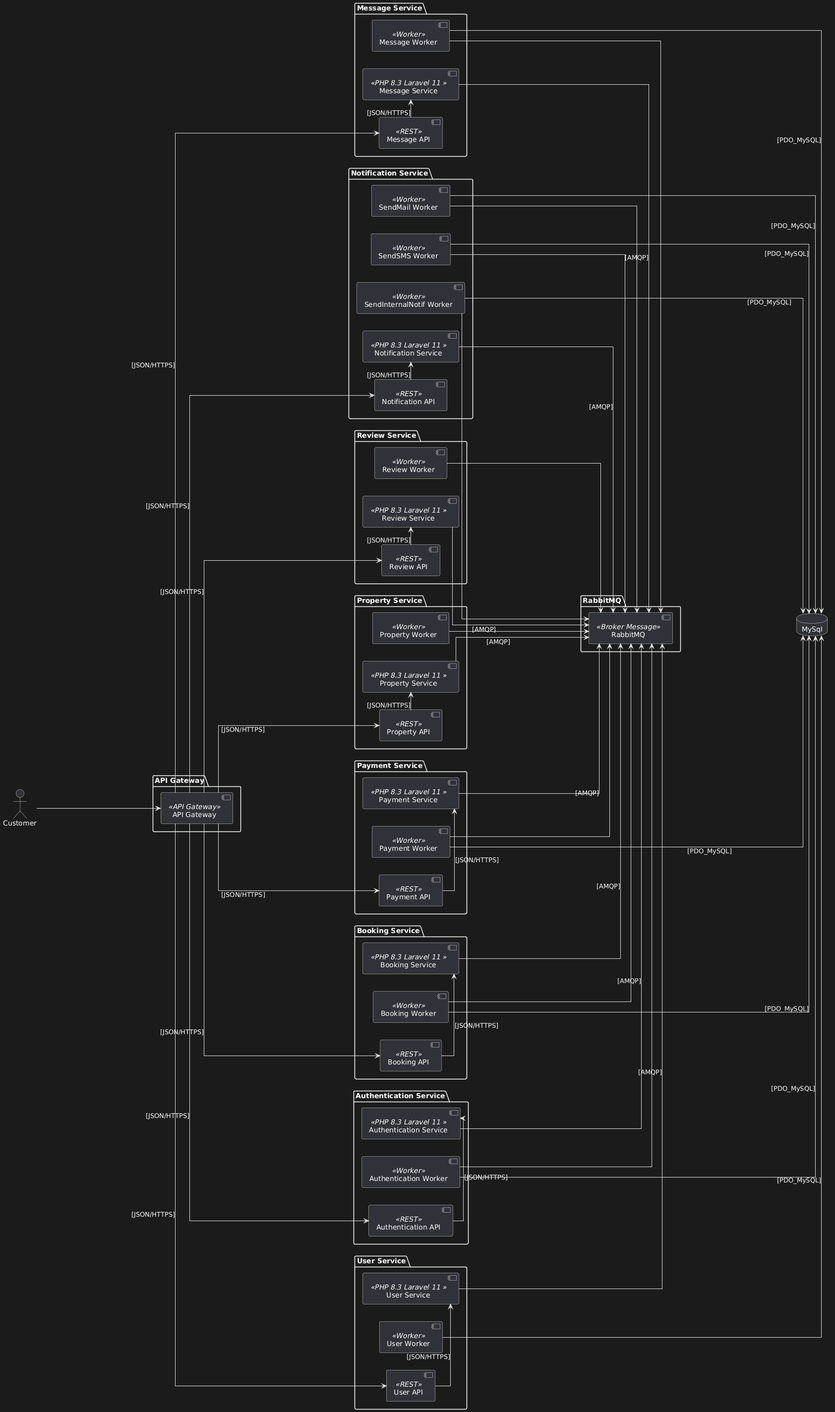
Before: Chart/contexte.png, a diagram exported from PlantUML (SamS-G/airBnSam).
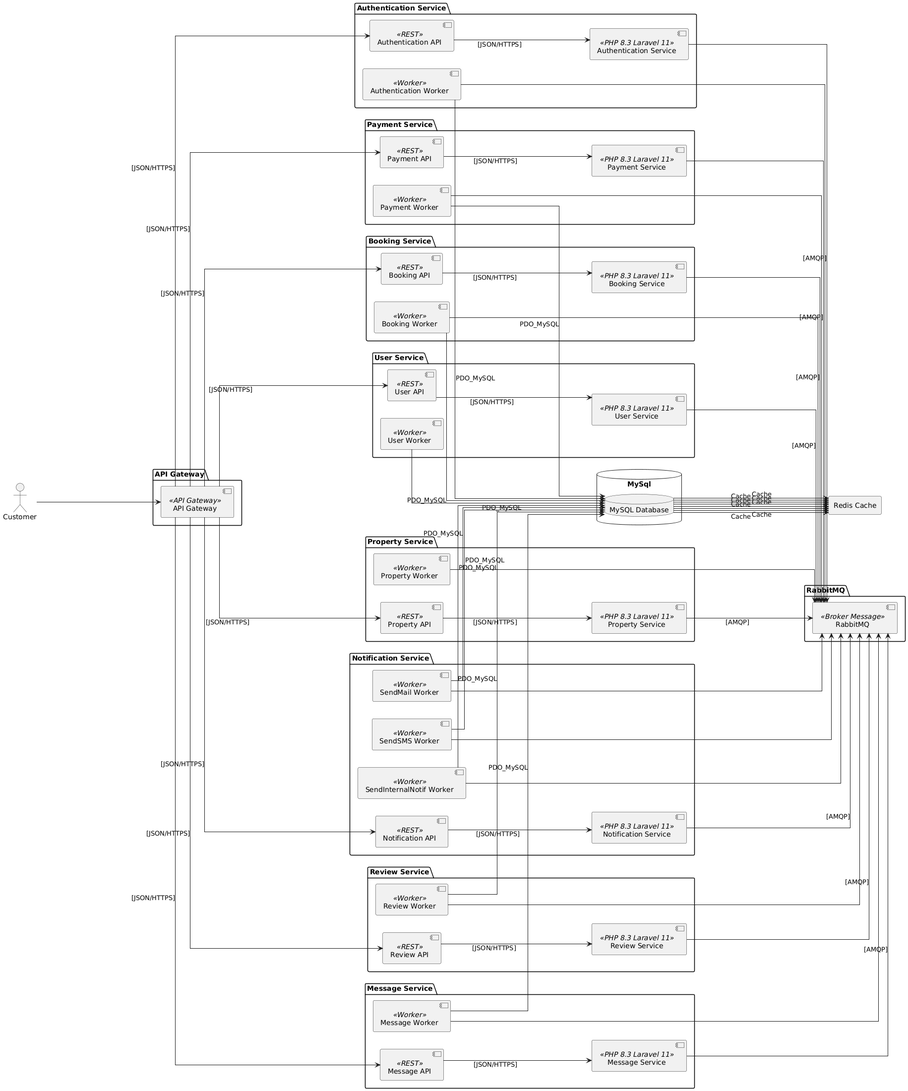
After the change.

Diff of the diagram source:
```diff
@@ -5,7 +5,8 @@
 skinparam ranksep 250
 left to right direction
 skinparam linetype ortho
-:Customer:
+
+actor Customer
 
 package "API Gateway" {
   [API Gateway] as apigateway << (C,#8DD3C7) API Gateway >>
@@ -13,37 +14,37 @@
 
 package "Authentication Service" {
   [Authentication API] as authenticationapi << (C,#8DD3C7) REST >>
-  [Authentication Service] as authenticationservice << (C,#F7DC6F) PHP 8.3 Laravel 11  >>
+  [Authentication Service] as authenticationservice << (C,#F7DC6F) PHP 8.3 Laravel 11 >>
   [Authentication Worker] as authenticationworker << (C,#8DD3C7) Worker >>
 }
 
 package "Payment Service" {
   [Payment API] as paymentapi << (C,#8DD3C7) REST >>
-  [Payment Service] as paymentservice << (C,#F7DC6F) PHP 8.3 Laravel 11  >>
+  [Payment Service] as paymentservice << (C,#F7DC6F) PHP 8.3 Laravel 11 >>
   [Payment Worker] as paymentworker << (C,#8DD3C7) Worker >>
 }
 
 package "Booking Service" {
   [Booking API] as bookingapi << (C,#8DD3C7) REST >>
-  [Booking Service] as bookingservice << (C,#F7DC6F) PHP 8.3 Laravel 11  >>
+  [Booking Service] as bookingservice << (C,#F7DC6F) PHP 8.3 Laravel 11 >>
   [Booking Worker] as bookingworker << (C,#8DD3C7) Worker >>
 }
 
 package "User Service" {
   [User API] as userapi << (C,#8DD3C7) REST >>
-  [User Service] as userservice << (C,#F7DC6F) PHP 8.3 Laravel 11  >>
+  [User Service] as userservice << (C,#F7DC6F) PHP 8.3 Laravel 11 >>
   [User Worker] as userworker << (C,#8DD3C7) Worker >>
 }
 
 package "Property Service" {
   [Property API] as propertyapi << (C,#8DD3C7) REST >>
-  [Property Service] as propertyservice << (C,#F7DC6F) PHP 8.3 Laravel 11  >>
+  [Property Service] as propertyservice << (C,#F7DC6F) PHP 8.3 Laravel 11 >>
   [Property Worker] as propertyworker << (C,#8DD3C7) Worker >>
 }
 
 package "Notification Service" {
   [Notification API] as notificationapi << (C,#8DD3C7) REST >>
-  [Notification Service] as notificationservice << (C,#F7DC6F) PHP 8.3 Laravel 11  >>
+  [Notification Service] as notificationservice << (C,#F7DC6F) PHP 8.3 Laravel 11 >>
   [SendMail Worker] as sendMailworker << (C,#8DD3C7) Worker >>
   [SendSMS Worker] as sendSMSworker << (C,#8DD3C7) Worker >>
   [SendInternalNotif Worker] as sendInternalNotifworker << (C,#8DD3C7) Worker >>
@@ -51,13 +52,13 @@
 
 package "Review Service" {
   [Review API] as reviewapi << (C,#8DD3C7) REST >>
-  [Review Service] as reviewservice << (C,#F7DC6F) PHP 8.3 Laravel 11  >>
-  [Review Worker] as revieworker << (C,#8DD3C7) Worker >>
+  [Review Service] as reviewservice << (C,#F7DC6F) PHP 8.3 Laravel 11 >>
+  [Review Worker] as reviewworker << (C,#8DD3C7) Worker >>
 }
 
 package "Message Service" {
   [Message API] as messageapi << (C,#8DD3C7) REST >>
-  [Message Service] as messageservice << (C,#F7DC6F) PHP 8.3 Laravel 11  >>
+  [Message Service] as messageservice << (C,#F7DC6F) PHP 8.3 Laravel 11 >>
   [Message Worker] as messageworker << (C,#8DD3C7) Worker >>
 }
 
@@ -66,8 +67,10 @@
 }
 
 database MySql {
+  database "MySQL Database" as mysql
+}
 
-}
+rectangle "Redis Cache" as redis
 
 Customer --> apigateway
 
@@ -80,14 +83,14 @@
 apigateway --> reviewapi : [JSON/HTTPS]
 apigateway --> messageapi : [JSON/HTTPS]
 
-paymentapi -> paymentservice : [JSON/HTTPS]
-bookingapi -> bookingservice : [JSON/HTTPS]
-authenticationapi -> authenticationservice : [JSON/HTTPS]
-userapi -> userservice : [JSON/HTTPS]
-propertyapi -> propertyservice : [JSON/HTTPS]
-notificationapi -> notificationservice : [JSON/HTTPS]
-reviewapi -> reviewservice : [JSON/HTTPS]
-messageapi -> messageservice : [JSON/HTTPS]
+paymentapi --> paymentservice : [JSON/HTTPS]
+bookingapi --> bookingservice : [JSON/HTTPS]
+authenticationapi --> authenticationservice : [JSON/HTTPS]
+userapi --> userservice : [JSON/HTTPS]
+propertyapi --> propertyservice : [JSON/HTTPS]
+notificationapi --> notificationservice : [JSON/HTTPS]
+reviewapi --> reviewservice : [JSON/HTTPS]
+messageapi --> messageservice : [JSON/HTTPS]
 
 paymentworker --> rabbitmq
 bookingworker --> rabbitmq
@@ -96,7 +99,7 @@
 sendMailworker --> rabbitmq
 sendSMSworker --> rabbitmq
 sendInternalNotifworker --> rabbitmq
-revieworker --> rabbitmq
+reviewworker --> rabbitmq
 messageworker --> rabbitmq
 
 bookingservice --> rabbitmq : [AMQP]
@@ -108,12 +111,21 @@
 reviewservice --> rabbitmq : [AMQP]
 messageservice --> rabbitmq : [AMQP]
 
-authenticationworker ---> MySql : [PDO_MySQL]
-userworker ---> MySql : [PDO_MySQL]
-paymentworker ---> MySql : [PDO_MySQL]
-bookingworker ---> MySql : [PDO_MySQL]
-sendInternalNotifworker ---> MySql : [PDO_MySQL]
-sendMailworker ---> MySql : [PDO_MySQL]
-sendSMSworker ---> MySql : [PDO_MySQL]
-messageworker ---> MySql : [PDO_MySQL]
+authenticationworker --> mysql : PDO_MySQL
+mysql --> redis : Cache
+userworker --> mysql : PDO_MySQL
+mysql --> redis : Cache
+paymentworker --> mysql : PDO_MySQL
+mysql --> redis : Cache
+bookingworker --> mysql : PDO_MySQL
+mysql --> redis : Cache
+sendInternalNotifworker --> mysql : PDO_MySQL
+mysql --> redis : Cache
+sendMailworker --> mysql : PDO_MySQL
+mysql --> redis : Cache
+sendSMSworker --> mysql : PDO_MySQL
+mysql --> redis : Cache
+messageworker --> mysql : PDO_MySQL
+mysql --> redis : Cache
+reviewworker --> mysql : PDO_MySQL
 @enduml
```
